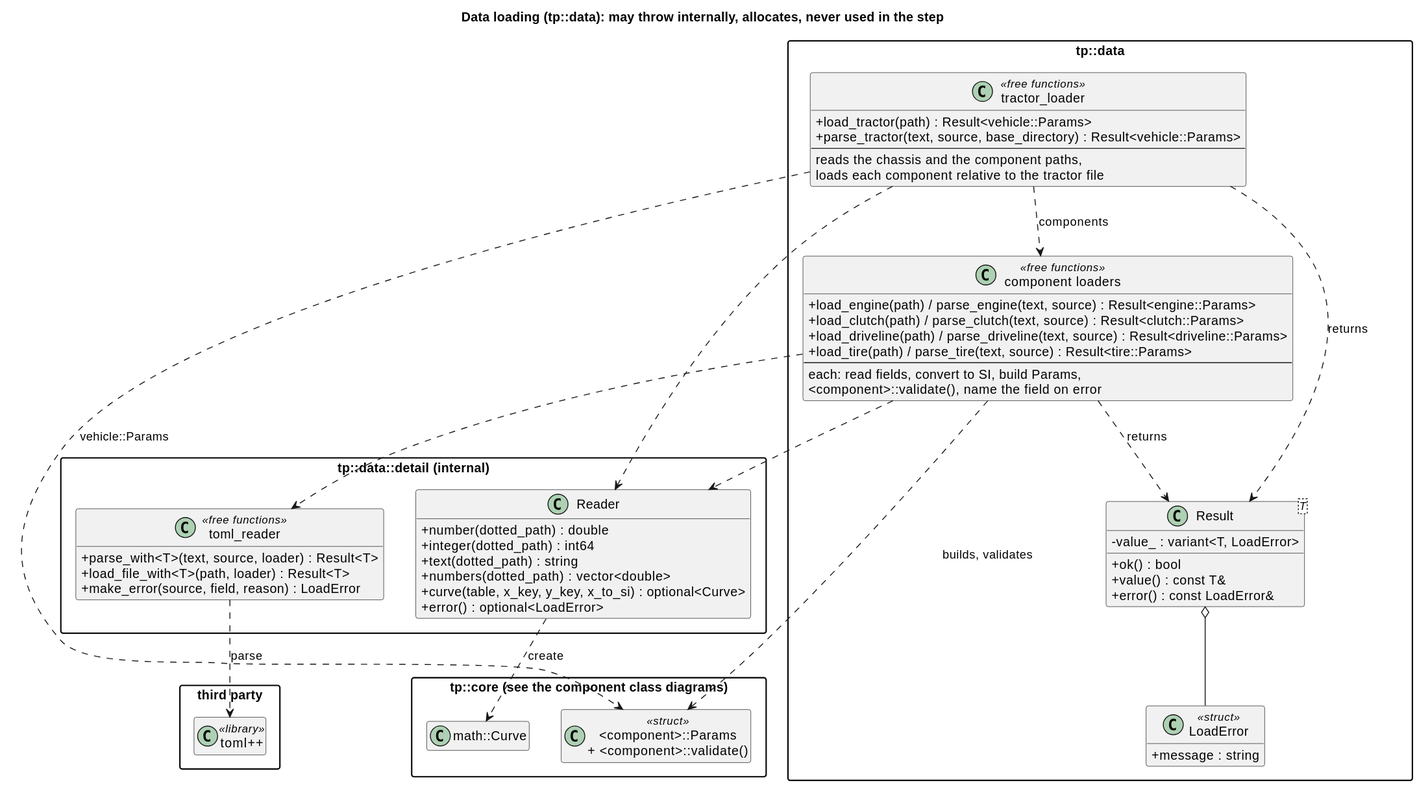
The PlantUML diagram docs/diagrams/svg/data_io_classes.svg in wversteeg/TractorPulling, before a commit.
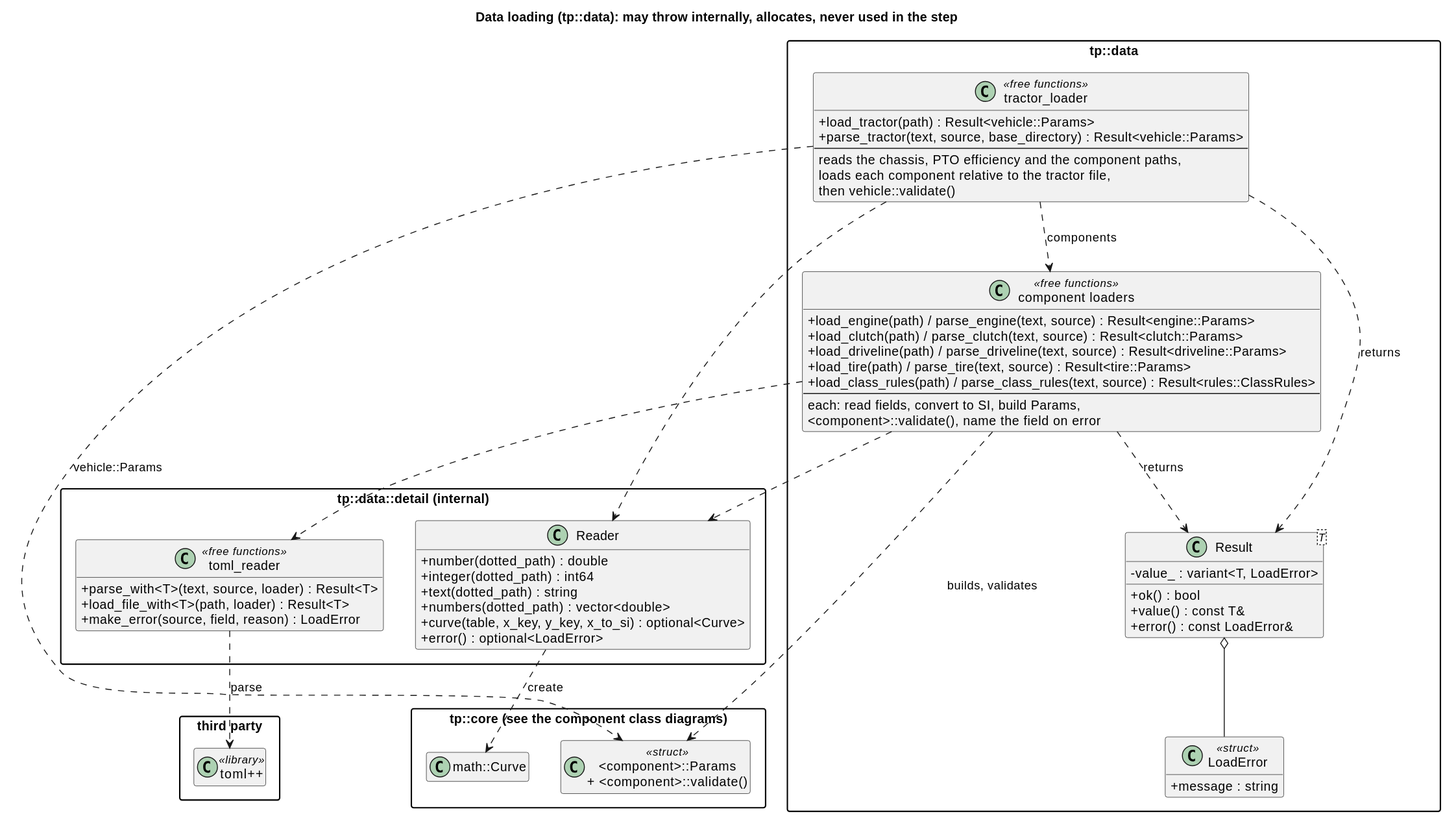
Above is the later version.

Commit message:
Document class rules and PTO power in the diagrams

Change to the diagram source:
```diff
@@ -20,6 +20,7 @@
     +load_clutch(path) / parse_clutch(text, source) : Result<clutch::Params>
     +load_driveline(path) / parse_driveline(text, source) : Result<driveline::Params>
     +load_tire(path) / parse_tire(text, source) : Result<tire::Params>
+    +load_class_rules(path) / parse_class_rules(text, source) : Result<rules::ClassRules>
     --
     each: read fields, convert to SI, build Params,
     <component>::validate(), name the field on error
@@ -28,8 +29,9 @@
     +load_tractor(path) : Result<vehicle::Params>
     +parse_tractor(text, source, base_directory) : Result<vehicle::Params>
     --
-    reads the chassis and the component paths,
-    loads each component relative to the tractor file
+    reads the chassis, PTO efficiency and the component paths,
+    loads each component relative to the tractor file,
+    then vehicle::validate()
   }
   Result o-- LoadError
   Loaders ..> Result : returns
```
